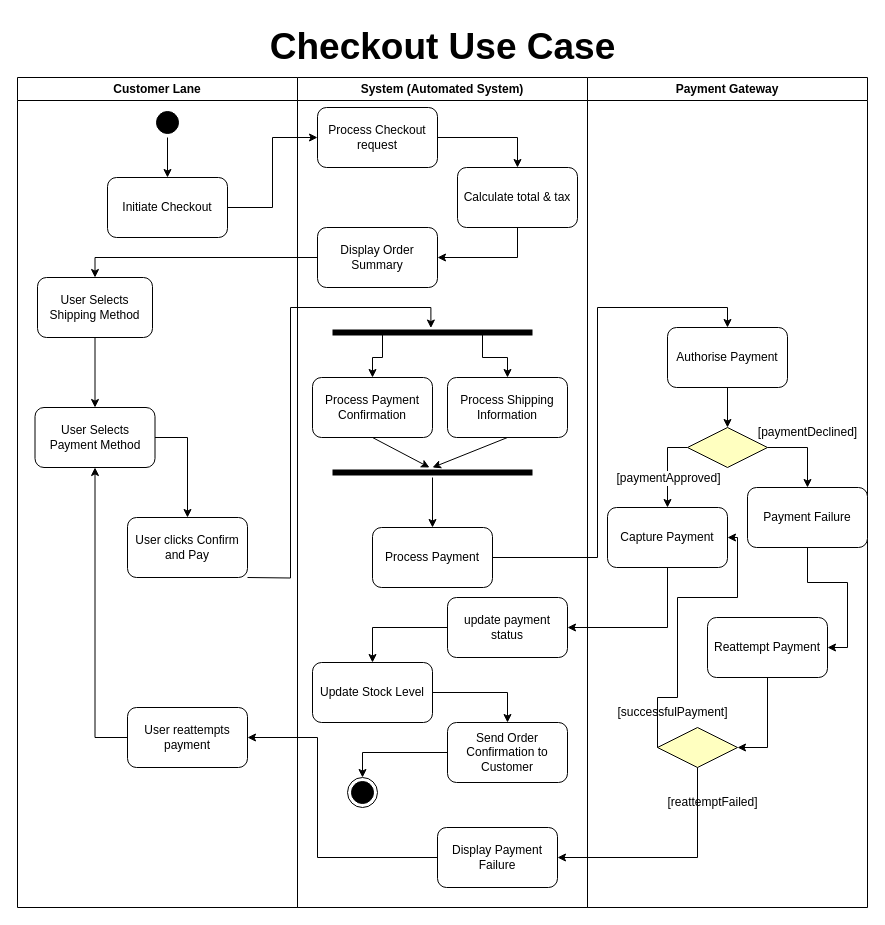
Earlier version of the draw.io diagram ebay-1.drawio (AhmedElamari/Software-design-saved). Source tidied: cells renumbered, new cells numbered last; positions are measured from the earlier drawing's top-left corner, leaving out a move shared by most shapes. Both pictures are drawn from the tidied source at 100%, with x=0, y=0 at pixel (17, 17).
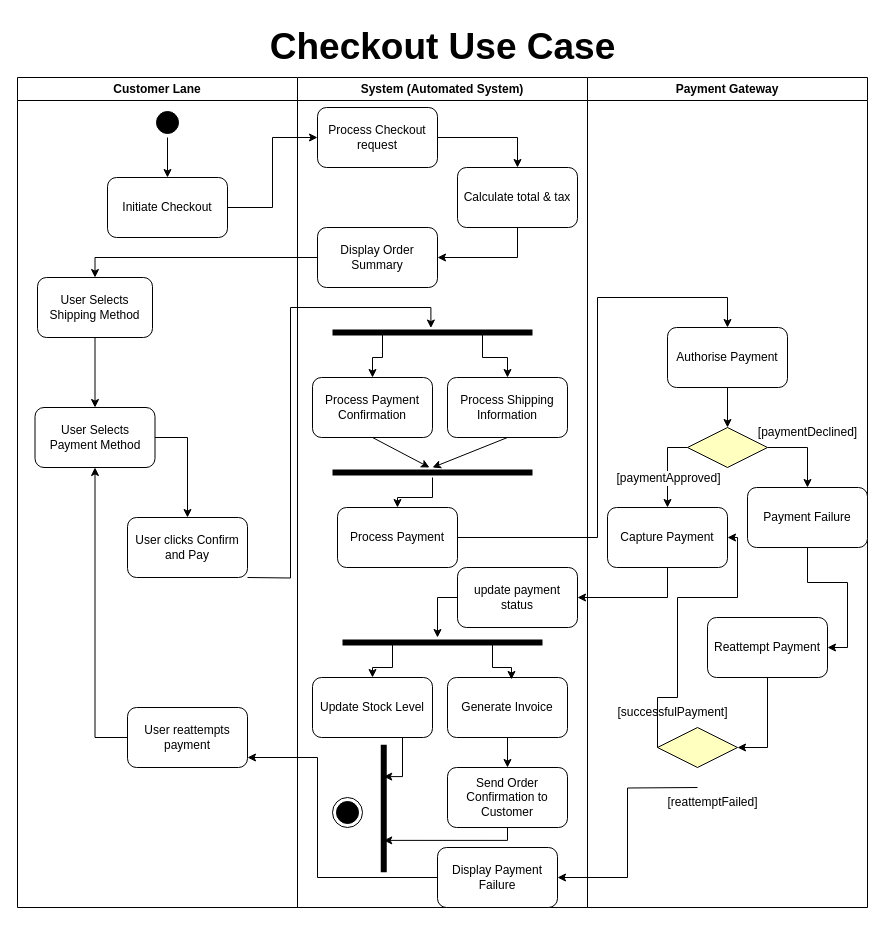
Above is the later version.

The change refers to these unchanged cells:
```xml
<mxCell id="11" value="User reattempts payment" style="rounded=1;whiteSpace=wrap;html=1;" parent="2" vertex="1">
  <mxGeometry x="110" y="630" width="120" height="60" as="geometry" />
</mxCell>
<mxCell id="13" value="System (Automated System)" style="swimlane;whiteSpace=wrap;html=1;" parent="1" vertex="1">
  <mxGeometry x="280" y="60" width="290" height="830" as="geometry" />
</mxCell>
<mxCell id="40" value="Authorise Payment" style="rounded=1;whiteSpace=wrap;html=1;" parent="38" vertex="1">
  <mxGeometry x="80" y="250" width="120" height="60" as="geometry" />
</mxCell>
<mxCell id="52" style="rhombus;whiteSpace=wrap;html=1;fontColor=#000000;fillColor=#ffffc0;strokeColor=#000000;" parent="38" vertex="1">
  <mxGeometry x="70" y="650" width="80" height="40" as="geometry" />
</mxCell>
```

Change to the diagram source:
```diff
@@
-    <mxCell id="14" style="edgeStyle=orthogonalEdgeStyle;rounded=0;jettySize=auto;html=1;exitX=0;exitY=0.5;exitDx=0;exitDy=0;entryX=0.5;entryY=0;entryDx=0;entryDy=0;" parent="13" edge="1" source="15" target="17">
-      <mxGeometry relative="1" as="geometry" />
-    </mxCell>
+    <mxCell id="62" style="edgeStyle=orthogonalEdgeStyle;rounded=0;jettySize=auto;html=1;exitX=0;exitY=0.5;exitDx=0;exitDy=0;" parent="13" edge="1" source="15" target="64">
+      <mxGeometry relative="1" as="geometry">
+        <Array as="points">
+          <mxPoint x="140" y="520" />
+        </Array>
+      </mxGeometry>
+    </mxCell>
     <mxCell id="15" value="update payment status" style="rounded=1;whiteSpace=wrap;html=1;" parent="13" vertex="1">
-      <mxGeometry x="150" y="520" width="120" height="60" as="geometry" />
+      <mxGeometry x="160" y="490" width="120" height="60" as="geometry" />
     </mxCell>
-    <mxCell id="16" style="edgeStyle=orthogonalEdgeStyle;rounded=0;jettySize=auto;html=1;exitX=1;exitY=0.5;exitDx=0;exitDy=0;entryX=0.5;entryY=0;entryDx=0;entryDy=0;" parent="13" edge="1" source="17" target="19">
-      <mxGeometry relative="1" as="geometry" />
-    </mxCell>
     <mxCell id="17" value="Update Stock Level" style="rounded=1;whiteSpace=wrap;html=1;" parent="13" vertex="1">
-      <mxGeometry x="15" y="585" width="120" height="60" as="geometry" />
+      <mxGeometry x="15" y="600" width="120" height="60" as="geometry" />
     </mxCell>
-    <mxCell id="18" style="edgeStyle=orthogonalEdgeStyle;rounded=0;jettySize=auto;html=1;exitX=0;exitY=0.5;exitDx=0;exitDy=0;entryX=0.5;entryY=0;entryDx=0;entryDy=0;" parent="13" edge="1" source="19" target="20">
-      <mxGeometry relative="1" as="geometry" />
-    </mxCell>
-    <mxCell id="19" value="Send Order Confirmation to Customer" style="rounded=1;whiteSpace=wrap;html=1;" parent="13" vertex="1">
-      <mxGeometry x="150" y="645" width="120" height="60" as="geometry" />
-    </mxCell>
-    <mxCell id="20" style="ellipse;html=1;shape=endState;fillColor=#000000;strokeColor=#000000;fontColor=#000000;" parent="13" vertex="1">
-      <mxGeometry x="50" y="700" width="30" height="30" as="geometry" />
-    </mxCell>
-    <mxCell id="21" value="Display Payment Failure" style="rounded=1;whiteSpace=wrap;html=1;" parent="13" vertex="1">
-      <mxGeometry x="140" y="750" width="120" height="60" as="geometry" />
-    </mxCell>
@@
     <mxCell id="34" value="Process Payment" style="rounded=1;whiteSpace=wrap;html=1;" parent="13" vertex="1">
-      <mxGeometry x="75" y="450" width="120" height="60" as="geometry" />
+      <mxGeometry x="40" y="430" width="120" height="60" as="geometry" />
     </mxCell>
@@
+    <mxCell id="59" style="edgeStyle=orthogonalEdgeStyle;rounded=0;jettySize=auto;html=1;exitX=1;exitY=0.5;exitDx=0;exitDy=0;entryX=0.5;entryY=0;entryDx=0;entryDy=0;" parent="13" edge="1" target="40">
+      <mxGeometry relative="1" as="geometry">
+        <mxPoint x="160" y="440" as="sourcePoint" />
+        <Array as="points">
+          <mxPoint x="160" y="460" />
+          <mxPoint x="300" y="460" />
+          <mxPoint x="300" y="220" />
+          <mxPoint x="430" y="220" />
+        </Array>
+      </mxGeometry>
+    </mxCell>
+    <mxCell id="63" style="edgeStyle=orthogonalEdgeStyle;rounded=0;jettySize=auto;html=1;exitX=0.25;exitY=0.5;exitDx=0;exitDy=0;exitPerimeter=0;entryX=0.5;entryY=0;entryDx=0;entryDy=0;" parent="13" edge="1" source="64" target="17">
+      <mxGeometry relative="1" as="geometry" />
+    </mxCell>
+    <mxCell id="64" style="shape=line;html=1;strokeWidth=6;strokeColor=#000000;" parent="13" vertex="1">
+      <mxGeometry x="45" y="560" width="200" height="10" as="geometry" />
+    </mxCell>
+    <mxCell id="19" value="Send Order Confirmation to Customer" style="rounded=1;whiteSpace=wrap;html=1;" parent="13" vertex="1">
+      <mxGeometry x="150" y="690" width="120" height="60" as="geometry" />
+    </mxCell>
+    <mxCell id="20" style="ellipse;html=1;shape=endState;fillColor=#000000;strokeColor=#000000;fontColor=#000000;" parent="13" vertex="1">
+      <mxGeometry x="35" y="720" width="30" height="30" as="geometry" />
+    </mxCell>
+    <mxCell id="21" value="Display Payment Failure" style="rounded=1;whiteSpace=wrap;html=1;" parent="13" vertex="1">
+      <mxGeometry x="140" y="770" width="120" height="60" as="geometry" />
+    </mxCell>
+    <mxCell id="58" style="edgeStyle=orthogonalEdgeStyle;rounded=0;jettySize=auto;html=1;exitX=0;exitY=0.5;exitDx=0;exitDy=0;entryX=1;entryY=0.5;entryDx=0;entryDy=0;" parent="13" edge="1" source="21">
+      <mxGeometry relative="1" as="geometry">
+        <mxPoint x="-50" y="680" as="targetPoint" />
+        <Array as="points">
+          <mxPoint x="20" y="800" />
+          <mxPoint x="20" y="680" />
+        </Array>
+      </mxGeometry>
+    </mxCell>
+    <mxCell id="57" style="edgeStyle=orthogonalEdgeStyle;rounded=0;jettySize=auto;html=1;exitX=0.5;exitY=1;exitDx=0;exitDy=0;entryX=1;entryY=0.5;entryDx=0;entryDy=0;" parent="13" edge="1" target="21">
+      <mxGeometry relative="1" as="geometry">
+        <mxPoint x="400" y="710" as="sourcePoint" />
+      </mxGeometry>
+    </mxCell>
+    <mxCell id="65" style="edgeStyle=orthogonalEdgeStyle;rounded=0;jettySize=auto;html=1;exitX=0.5;exitY=1;exitDx=0;exitDy=0;entryX=0.5;entryY=0;entryDx=0;entryDy=0;" parent="13" edge="1" source="66" target="19">
+      <mxGeometry relative="1" as="geometry" />
+    </mxCell>
+    <mxCell id="66" value="Generate Invoice" style="rounded=1;whiteSpace=wrap;html=1;" parent="13" vertex="1">
+      <mxGeometry x="150" y="600" width="120" height="60" as="geometry" />
+    </mxCell>
+    <mxCell id="67" style="edgeStyle=orthogonalEdgeStyle;rounded=0;jettySize=auto;html=1;exitX=0.75;exitY=0.5;exitDx=0;exitDy=0;exitPerimeter=0;entryX=0.533;entryY=0.033;entryDx=0;entryDy=0;entryPerimeter=0;" parent="13" edge="1" source="64" target="66">
+      <mxGeometry relative="1" as="geometry" />
+    </mxCell>
+    <mxCell id="68" style="shape=line;html=1;strokeWidth=6;strokeColor=#000000;rotation=90;" parent="13" vertex="1">
+      <mxGeometry x="22.5" y="726" width="127.5" height="10" as="geometry" />
+    </mxCell>
+    <mxCell id="69" style="edgeStyle=orthogonalEdgeStyle;rounded=0;jettySize=auto;html=1;exitX=0.75;exitY=1;exitDx=0;exitDy=0;entryX=0.25;entryY=0.5;entryDx=0;entryDy=0;entryPerimeter=0;" parent="13" edge="1" source="17" target="68">
+      <mxGeometry relative="1" as="geometry">
+        <Array as="points">
+          <mxPoint x="105" y="700" />
+          <mxPoint x="86" y="700" />
+        </Array>
+      </mxGeometry>
+    </mxCell>
+    <mxCell id="70" style="edgeStyle=orthogonalEdgeStyle;rounded=0;jettySize=auto;html=1;exitX=0.5;exitY=1;exitDx=0;exitDy=0;entryX=0.75;entryY=0.5;entryDx=0;entryDy=0;entryPerimeter=0;" parent="13" edge="1" source="19" target="68">
+      <mxGeometry relative="1" as="geometry">
+        <Array as="points">
+          <mxPoint x="210" y="763" />
+        </Array>
+      </mxGeometry>
+    </mxCell>
@@
-    <mxCell id="57" style="edgeStyle=orthogonalEdgeStyle;rounded=0;jettySize=auto;html=1;exitX=0.5;exitY=1;exitDx=0;exitDy=0;entryX=1;entryY=0.5;entryDx=0;entryDy=0;" parent="1" edge="1" source="52" target="21">
-      <mxGeometry relative="1" as="geometry" />
-    </mxCell>
-    <mxCell id="58" style="edgeStyle=orthogonalEdgeStyle;rounded=0;jettySize=auto;html=1;exitX=0;exitY=0.5;exitDx=0;exitDy=0;entryX=1;entryY=0.5;entryDx=0;entryDy=0;" parent="1" edge="1" source="21" target="11">
-      <mxGeometry relative="1" as="geometry">
-        <Array as="points">
-          <mxPoint x="300" y="840" />
-          <mxPoint x="300" y="720" />
-        </Array>
-      </mxGeometry>
-    </mxCell>
-    <mxCell id="59" style="edgeStyle=orthogonalEdgeStyle;rounded=0;jettySize=auto;html=1;exitX=1;exitY=0.5;exitDx=0;exitDy=0;entryX=0.5;entryY=0;entryDx=0;entryDy=0;" parent="1" edge="1" source="34" target="40">
-      <mxGeometry relative="1" as="geometry">
-        <Array as="points">
-          <mxPoint x="580" y="540" />
-          <mxPoint x="580" y="290" />
-          <mxPoint x="710" y="290" />
-        </Array>
-      </mxGeometry>
-    </mxCell>
```
